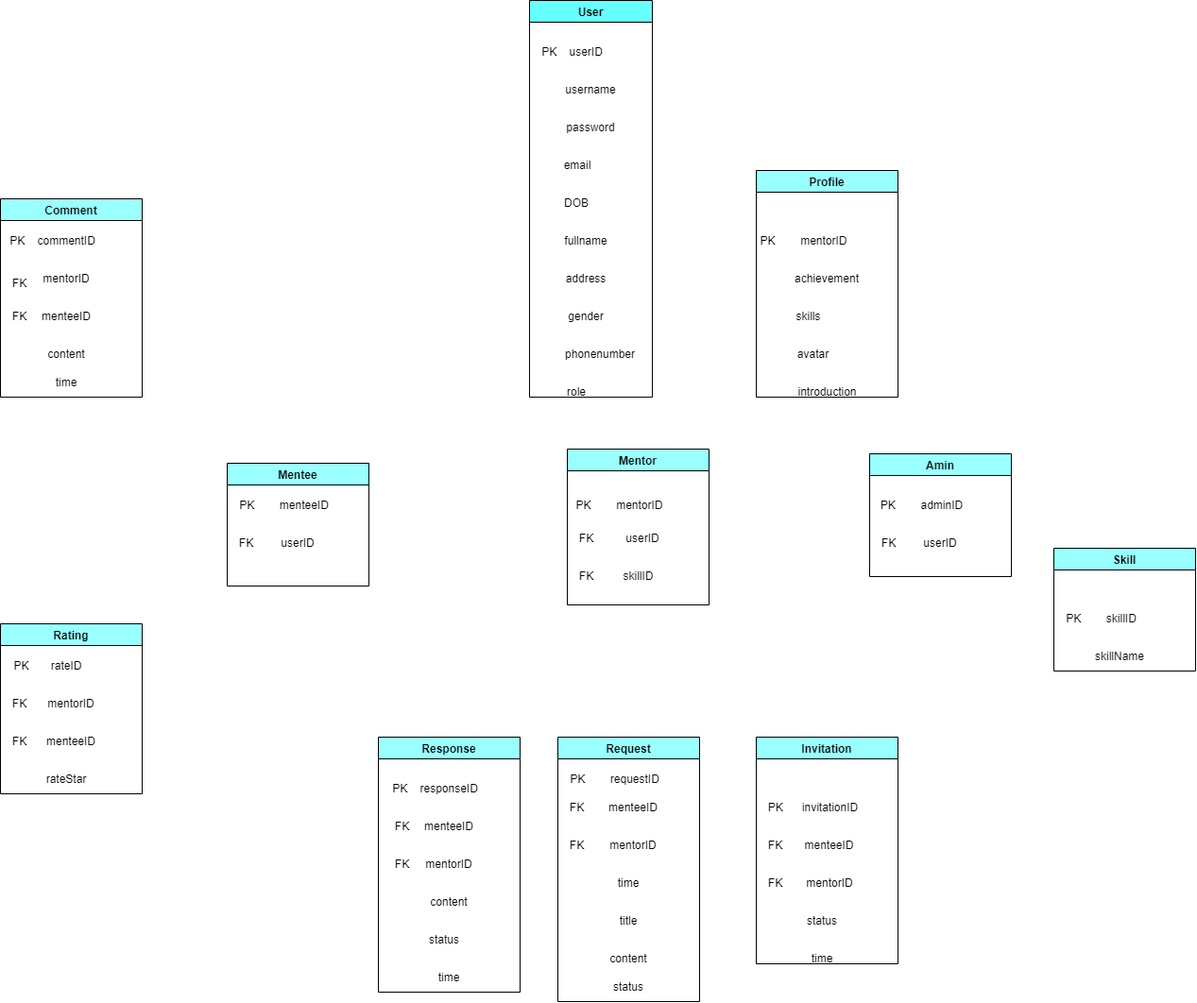
dungdt23/SWP391_Document keeps this draw.io diagram as HappyProgramming_DB.drawio.png. Above is the earlier version. Source tidied: cells renumbered, new cells last; positions are measured from the earlier drawing's top-left corner, leaving out a move shared by most shapes.
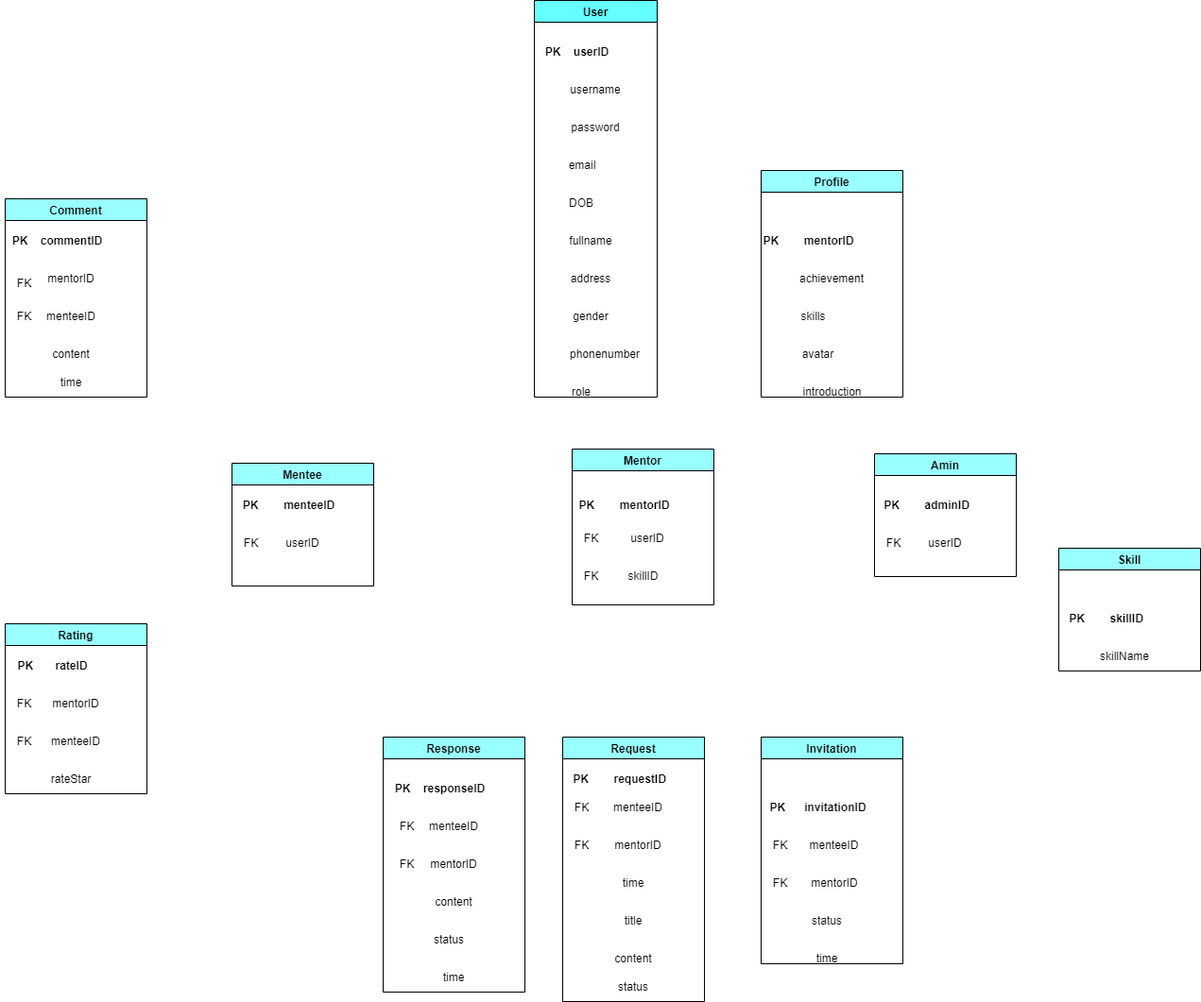
After the commit.

Change to the diagram source:
```diff
@@ -5,7 +5,7 @@
     <mxCell id="2" value="User" style="swimlane;fillColor=#66FFFF;" parent="1" vertex="1">
       <mxGeometry x="560" width="130" height="420" as="geometry" />
     </mxCell>
-    <mxCell id="3" value="PK&amp;nbsp; &amp;nbsp; userID" style="text;html=1;align=center;verticalAlign=middle;strokeColor=none;fillColor=none;" parent="2" vertex="1">
+    <mxCell id="3" value="&lt;b&gt;PK&amp;nbsp; &amp;nbsp; userID&lt;/b&gt;" style="text;html=1;align=center;verticalAlign=middle;strokeColor=none;fillColor=none;" parent="2" vertex="1">
       <mxGeometry y="40" width="90" height="30" as="geometry" />
     </mxCell>
     <mxCell id="4" value="username" style="text;html=1;strokeColor=none;fillColor=none;align=center;verticalAlign=middle;whiteSpace=wrap;rounded=0;" parent="2" vertex="1">
@@ -38,7 +38,7 @@
     <mxCell id="13" value="Amin" style="swimlane;fillColor=#99FFFF;" parent="1" vertex="1">
       <mxGeometry x="920" y="480" width="150" height="130" as="geometry" />
     </mxCell>
-    <mxCell id="14" value="PK&amp;nbsp;&amp;nbsp;&amp;nbsp;&amp;nbsp;&amp;nbsp;&amp;nbsp;&amp;nbsp; adminID" style="text;html=1;align=center;verticalAlign=middle;strokeColor=none;fillColor=none;" parent="13" vertex="1">
+    <mxCell id="14" value="&lt;b&gt;PK&amp;nbsp;&amp;nbsp;&amp;nbsp;&amp;nbsp;&amp;nbsp;&amp;nbsp;&amp;nbsp; adminID&lt;/b&gt;" style="text;html=1;align=center;verticalAlign=middle;strokeColor=none;fillColor=none;" parent="13" vertex="1">
       <mxGeometry y="40" width="110" height="30" as="geometry" />
     </mxCell>
     <mxCell id="15" value="userID" style="text;html=1;strokeColor=none;fillColor=none;align=center;verticalAlign=middle;whiteSpace=wrap;rounded=0;" parent="13" vertex="1">
@@ -50,7 +50,7 @@
     <mxCell id="17" value="Mentee" style="swimlane;fillColor=#99FFFF;" parent="1" vertex="1">
       <mxGeometry x="240" y="490" width="150" height="130" as="geometry" />
     </mxCell>
-    <mxCell id="18" value="PK&amp;nbsp;&amp;nbsp;&amp;nbsp;&amp;nbsp;&amp;nbsp;&amp;nbsp;&amp;nbsp; menteeID" style="text;html=1;align=center;verticalAlign=middle;strokeColor=none;fillColor=none;" parent="17" vertex="1">
+    <mxCell id="18" value="&lt;b&gt;PK&amp;nbsp;&amp;nbsp;&amp;nbsp;&amp;nbsp;&amp;nbsp;&amp;nbsp;&amp;nbsp; menteeID&lt;/b&gt;" style="text;html=1;align=center;verticalAlign=middle;strokeColor=none;fillColor=none;" parent="17" vertex="1">
       <mxGeometry y="30" width="120" height="30" as="geometry" />
     </mxCell>
     <mxCell id="19" value="userID" style="text;html=1;strokeColor=none;fillColor=none;align=center;verticalAlign=middle;whiteSpace=wrap;rounded=0;" parent="17" vertex="1">
@@ -62,8 +62,8 @@
     <mxCell id="21" value="Mentor" style="swimlane;fillColor=#99FFFF;" parent="1" vertex="1">
       <mxGeometry x="600" y="475" width="150" height="165" as="geometry" />
     </mxCell>
-    <mxCell id="22" value="PK&amp;nbsp;&amp;nbsp;&amp;nbsp;&amp;nbsp;&amp;nbsp;&amp;nbsp;&amp;nbsp; mentorID" style="text;html=1;align=center;verticalAlign=middle;strokeColor=none;fillColor=none;" parent="21" vertex="1">
-      <mxGeometry y="45" width="110" height="30" as="geometry" />
+    <mxCell id="22" value="&lt;b&gt;PK&amp;nbsp;&amp;nbsp;&amp;nbsp;&amp;nbsp;&amp;nbsp;&amp;nbsp;&amp;nbsp; mentorID&lt;/b&gt;" style="text;html=1;align=center;verticalAlign=middle;strokeColor=none;fillColor=none;" parent="21" vertex="1">
+      <mxGeometry x="-5" y="45" width="120" height="30" as="geometry" />
     </mxCell>
     <mxCell id="23" value="userID" style="text;html=1;strokeColor=none;fillColor=none;align=center;verticalAlign=middle;whiteSpace=wrap;rounded=0;" parent="21" vertex="1">
       <mxGeometry x="50" y="80" width="60" height="30" as="geometry" />
@@ -80,7 +80,7 @@
     <mxCell id="27" value="Skill" style="swimlane;startSize=23;fillColor=#99FFFF;" parent="1" vertex="1">
       <mxGeometry x="1115" y="580" width="150" height="130" as="geometry" />
     </mxCell>
-    <mxCell id="28" value="PK&amp;nbsp; &amp;nbsp; &amp;nbsp; &amp;nbsp; skillID" style="text;html=1;align=center;verticalAlign=middle;strokeColor=none;fillColor=none;" parent="27" vertex="1">
+    <mxCell id="28" value="&lt;b&gt;PK&amp;nbsp; &amp;nbsp; &amp;nbsp; &amp;nbsp; skillID&lt;/b&gt;" style="text;html=1;align=center;verticalAlign=middle;strokeColor=none;fillColor=none;" parent="27" vertex="1">
       <mxGeometry y="60" width="100" height="30" as="geometry" />
     </mxCell>
     <mxCell id="29" value="skillName" style="text;html=1;strokeColor=none;fillColor=none;align=center;verticalAlign=middle;whiteSpace=wrap;rounded=0;" parent="27" vertex="1">
@@ -89,7 +89,7 @@
     <mxCell id="30" value="Request" style="swimlane;fillColor=#99FFFF;" parent="1" vertex="1">
       <mxGeometry x="590" y="780" width="150" height="280" as="geometry" />
     </mxCell>
-    <mxCell id="31" value="PK&amp;nbsp;&amp;nbsp;&amp;nbsp;&amp;nbsp;&amp;nbsp;&amp;nbsp;&amp;nbsp; requestID" style="text;html=1;align=center;verticalAlign=middle;strokeColor=none;fillColor=none;" parent="30" vertex="1">
+    <mxCell id="31" value="&lt;b&gt;PK&amp;nbsp;&amp;nbsp;&amp;nbsp;&amp;nbsp;&amp;nbsp;&amp;nbsp;&amp;nbsp; requestID&lt;/b&gt;" style="text;html=1;align=center;verticalAlign=middle;strokeColor=none;fillColor=none;" parent="30" vertex="1">
       <mxGeometry y="30" width="120" height="30" as="geometry" />
     </mxCell>
     <mxCell id="32" value="menteeID" style="text;html=1;strokeColor=none;fillColor=none;align=center;verticalAlign=middle;whiteSpace=wrap;rounded=0;" parent="30" vertex="1">
@@ -119,8 +119,8 @@
     <mxCell id="40" value="Rating" style="swimlane;fillColor=#99FFFF;" parent="1" vertex="1">
       <mxGeometry y="660" width="150" height="180" as="geometry" />
     </mxCell>
-    <mxCell id="41" value="PK&amp;nbsp;&amp;nbsp;&amp;nbsp;&amp;nbsp;&amp;nbsp;&amp;nbsp; rateID" style="text;html=1;align=center;verticalAlign=middle;strokeColor=none;fillColor=none;" parent="40" vertex="1">
-      <mxGeometry x="5" y="30" width="90" height="30" as="geometry" />
+    <mxCell id="41" value="&lt;b&gt;PK&amp;nbsp;&amp;nbsp;&amp;nbsp;&amp;nbsp;&amp;nbsp;&amp;nbsp; rateID&lt;/b&gt;" style="text;html=1;align=center;verticalAlign=middle;strokeColor=none;fillColor=none;" parent="40" vertex="1">
+      <mxGeometry y="30" width="100" height="30" as="geometry" />
     </mxCell>
     <mxCell id="42" value="mentorID" style="text;html=1;strokeColor=none;fillColor=none;align=center;verticalAlign=middle;whiteSpace=wrap;rounded=0;" parent="40" vertex="1">
       <mxGeometry x="45" y="70" width="60" height="30" as="geometry" />
@@ -140,8 +140,8 @@
     <mxCell id="47" value="Invitation" style="swimlane;fillColor=#99FFFF;" parent="1" vertex="1">
       <mxGeometry x="800" y="780" width="150" height="240" as="geometry" />
     </mxCell>
-    <mxCell id="48" value="PK&amp;nbsp; &amp;nbsp; &amp;nbsp; invitationID" style="text;html=1;align=center;verticalAlign=middle;strokeColor=none;fillColor=none;" parent="47" vertex="1">
-      <mxGeometry y="60" width="120" height="30" as="geometry" />
+    <mxCell id="48" value="&lt;b&gt;PK&amp;nbsp; &amp;nbsp; &amp;nbsp; invitationID&lt;/b&gt;" style="text;html=1;align=center;verticalAlign=middle;strokeColor=none;fillColor=none;" parent="47" vertex="1">
+      <mxGeometry x="-5" y="60" width="130" height="30" as="geometry" />
     </mxCell>
     <mxCell id="49" value="menteeID" style="text;html=1;strokeColor=none;fillColor=none;align=center;verticalAlign=middle;whiteSpace=wrap;rounded=0;" parent="47" vertex="1">
       <mxGeometry x="50" y="100" width="55" height="30" as="geometry" />
@@ -164,8 +164,8 @@
     <mxCell id="55" value="Response" style="swimlane;fillColor=#99FFFF;" parent="1" vertex="1">
       <mxGeometry x="400" y="780" width="150" height="270" as="geometry" />
     </mxCell>
-    <mxCell id="56" value="PK&amp;nbsp; &amp;nbsp; responseID" style="text;html=1;align=center;verticalAlign=middle;strokeColor=none;fillColor=none;" parent="55" vertex="1">
-      <mxGeometry x="5" y="40" width="110" height="30" as="geometry" />
+    <mxCell id="56" value="&lt;b&gt;PK&amp;nbsp; &amp;nbsp; responseID&lt;/b&gt;" style="text;html=1;align=center;verticalAlign=middle;strokeColor=none;fillColor=none;" parent="55" vertex="1">
+      <mxGeometry y="40" width="120" height="30" as="geometry" />
     </mxCell>
     <mxCell id="57" value="menteeID" style="text;html=1;strokeColor=none;fillColor=none;align=center;verticalAlign=middle;whiteSpace=wrap;rounded=0;" parent="55" vertex="1">
       <mxGeometry x="45" y="80" width="60" height="30" as="geometry" />
@@ -191,8 +191,8 @@
     <mxCell id="64" value="Comment" style="swimlane;fillColor=#99FFFF;" parent="1" vertex="1">
       <mxGeometry y="210" width="150" height="210" as="geometry" />
     </mxCell>
-    <mxCell id="65" value="PK&amp;nbsp; &amp;nbsp; commentID" style="text;html=1;align=center;verticalAlign=middle;strokeColor=none;fillColor=none;" parent="64" vertex="1">
-      <mxGeometry y="30" width="110" height="30" as="geometry" />
+    <mxCell id="65" value="&lt;b&gt;PK&amp;nbsp; &amp;nbsp; commentID&lt;/b&gt;" style="text;html=1;align=center;verticalAlign=middle;strokeColor=none;fillColor=none;" parent="64" vertex="1">
+      <mxGeometry x="-5" y="30" width="120" height="30" as="geometry" />
     </mxCell>
     <mxCell id="66" value="mentorID" style="text;html=1;strokeColor=none;fillColor=none;align=center;verticalAlign=middle;whiteSpace=wrap;rounded=0;" parent="64" vertex="1">
       <mxGeometry x="40" y="70" width="60" height="30" as="geometry" />
@@ -215,8 +215,8 @@
     <mxCell id="72" value="Profile" style="swimlane;fillColor=#99FFFF;" parent="1" vertex="1">
       <mxGeometry x="800" y="180" width="150" height="240" as="geometry" />
     </mxCell>
-    <mxCell id="73" value="PK&amp;nbsp;&amp;nbsp;&amp;nbsp;&amp;nbsp;&amp;nbsp;&amp;nbsp;&amp;nbsp; mentorID" style="text;html=1;align=center;verticalAlign=middle;strokeColor=none;fillColor=none;" parent="72" vertex="1">
-      <mxGeometry x="-5" y="60" width="110" height="30" as="geometry" />
+    <mxCell id="73" value="&lt;b&gt;PK&amp;nbsp;&amp;nbsp;&amp;nbsp;&amp;nbsp;&amp;nbsp;&amp;nbsp;&amp;nbsp; mentorID&lt;/b&gt;" style="text;html=1;align=center;verticalAlign=middle;strokeColor=none;fillColor=none;" parent="72" vertex="1">
+      <mxGeometry x="-10" y="60" width="120" height="30" as="geometry" />
     </mxCell>
     <mxCell id="74" value="achievement" style="text;html=1;strokeColor=none;fillColor=none;align=center;verticalAlign=middle;whiteSpace=wrap;rounded=0;" parent="72" vertex="1">
       <mxGeometry x="45" y="100" width="60" height="30" as="geometry" />
```
